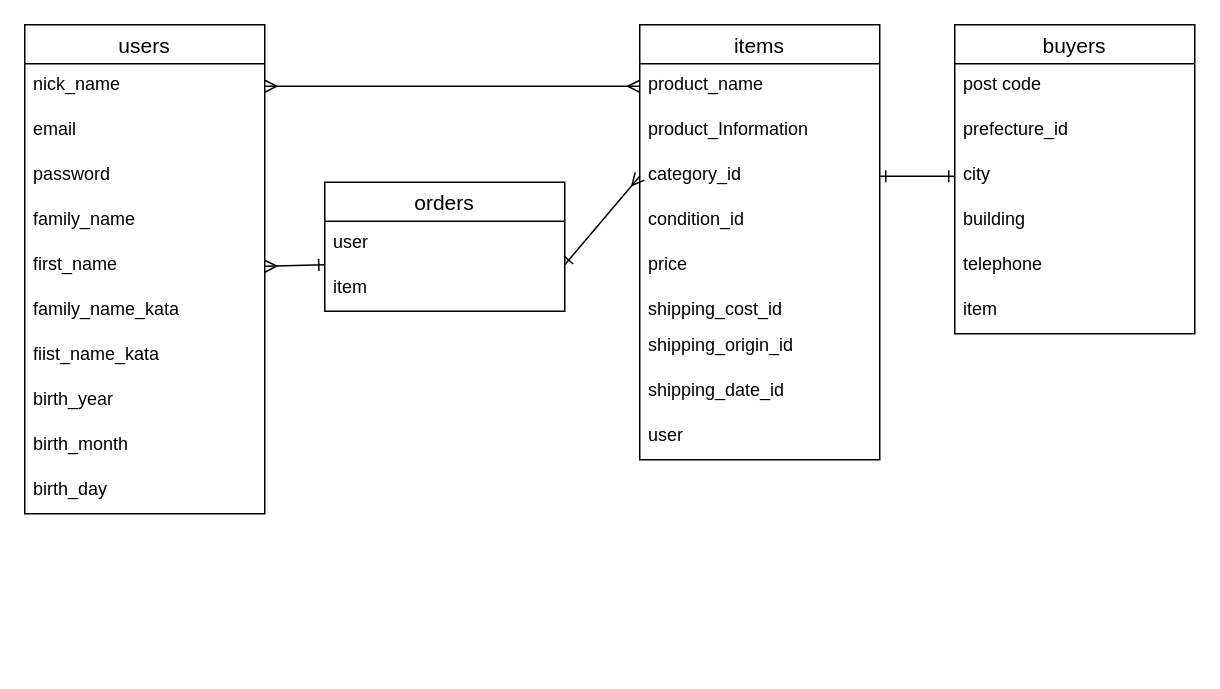
Earlier version of the draw.io diagram ER.dio (TECHSOSI/furima-41677). Source tidied: cells renumbered, new cells numbered last; positions are measured from the earlier drawing's top-left corner, leaving out a move shared by most shapes. Both pictures are drawn from the tidied source at 150%, with x=0, y=0 at pixel (24, 24).
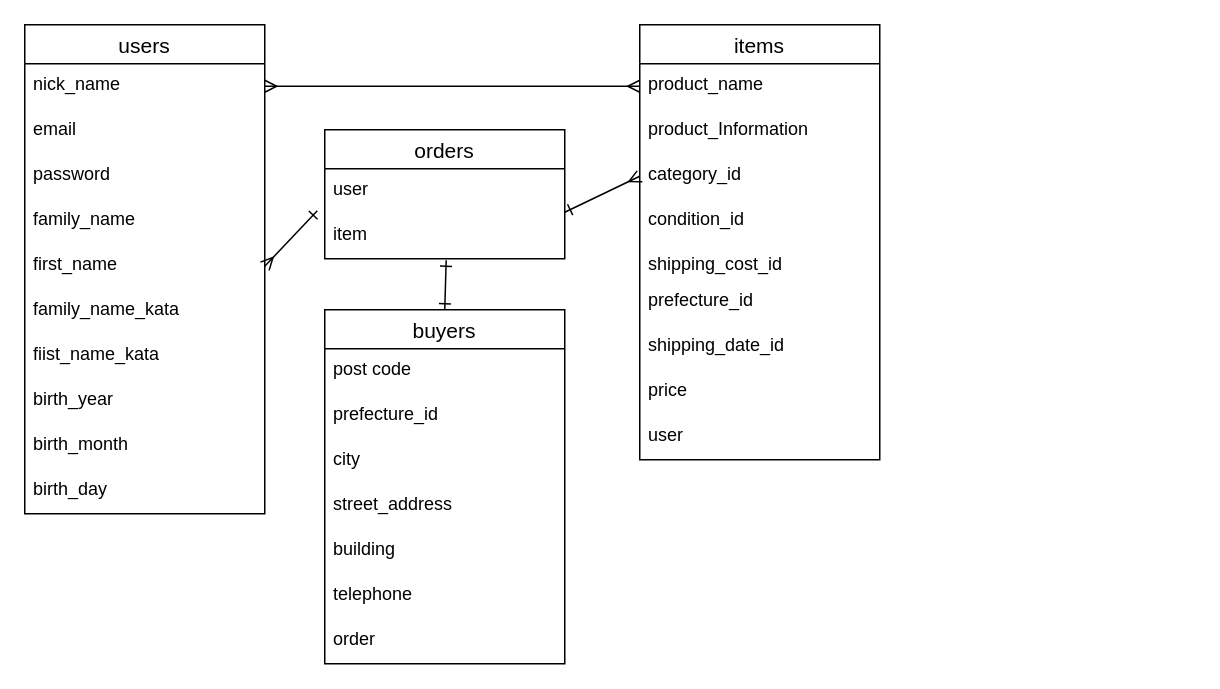
The same page after the edit.

Unchanged cells that the change refers to:
```xml
<mxCell id="7" value="first_name" style="text;strokeColor=none;fillColor=none;spacingLeft=4;spacingRight=4;overflow=hidden;points=[[0,0.5],[1,0.5]];portConstraint=eastwest;fontSize=12;" parent="2" vertex="1">
  <mxGeometry y="146" width="160" height="30" as="geometry" />
</mxCell>
<mxCell id="13" value="items" style="swimlane;fontStyle=0;horizontal=1;startSize=26;align=center;fontSize=14;" parent="1" vertex="1">
  <mxGeometry x="410" width="160" height="290" as="geometry" />
</mxCell>
<mxCell id="16" value="category_id" style="text;strokeColor=none;fillColor=none;spacingLeft=4;spacingRight=4;overflow=hidden;points=[[0,0.5],[1,0.5]];portConstraint=eastwest;fontSize=12;" parent="13" vertex="1">
  <mxGeometry y="86" width="160" height="30" as="geometry" />
</mxCell>
<mxCell id="27" value="city" style="text;strokeColor=none;fillColor=none;spacingLeft=4;spacingRight=4;overflow=hidden;points=[[0,0.5],[1,0.5]];portConstraint=eastwest;fontSize=12;" parent="24" vertex="1">
  <mxGeometry y="86" width="160" height="30" as="geometry" />
</mxCell>
<mxCell id="33" value="item" style="text;strokeColor=none;fillColor=none;spacingLeft=4;spacingRight=4;overflow=hidden;points=[[0,0.5],[1,0.5]];portConstraint=eastwest;fontSize=12;" parent="31" vertex="1">
  <mxGeometry y="56" width="160" height="30" as="geometry" />
</mxCell>
```

What changed in the source:
```diff
@@
-    <mxCell id="18" value="price" style="text;strokeColor=none;fillColor=none;spacingLeft=4;spacingRight=4;overflow=hidden;fontSize=12;" parent="13" vertex="1">
-      <mxGeometry y="146" width="160" height="30" as="geometry" />
-    </mxCell>
     <mxCell id="19" value="shipping_cost_id" style="text;strokeColor=none;fillColor=none;spacingLeft=4;spacingRight=4;overflow=hidden;fontSize=12;" parent="13" vertex="1">
-      <mxGeometry y="176" width="160" height="24" as="geometry" />
+      <mxGeometry y="146" width="160" height="24" as="geometry" />
     </mxCell>
-    <mxCell id="20" value="shipping_origin_id" style="text;strokeColor=none;fillColor=none;spacingLeft=4;spacingRight=4;overflow=hidden;fontSize=12;" parent="13" vertex="1">
-      <mxGeometry y="200" width="160" height="30" as="geometry" />
+    <mxCell id="20" value="prefecture_id" style="text;strokeColor=none;fillColor=none;spacingLeft=4;spacingRight=4;overflow=hidden;fontSize=12;" parent="13" vertex="1">
+      <mxGeometry y="170" width="160" height="30" as="geometry" />
     </mxCell>
     <mxCell id="21" value="shipping_date_id" style="text;strokeColor=none;fillColor=none;spacingLeft=4;spacingRight=4;overflow=hidden;fontSize=12;" parent="13" vertex="1">
-      <mxGeometry y="230" width="160" height="30" as="geometry" />
+      <mxGeometry y="200" width="160" height="30" as="geometry" />
     </mxCell>
+    <mxCell id="18" value="price" style="text;strokeColor=none;fillColor=none;spacingLeft=4;spacingRight=4;overflow=hidden;fontSize=12;" parent="13" vertex="1">
+      <mxGeometry y="230" width="160" height="30" as="geometry" />
+    </mxCell>
@@
     <mxCell id="24" value="buyers" style="swimlane;fontStyle=0;horizontal=1;startSize=26;align=center;fontSize=14;" parent="1" vertex="1">
-      <mxGeometry x="620" width="160" height="206" as="geometry" />
+      <mxGeometry x="200" y="190" width="160" height="236" as="geometry" />
     </mxCell>
@@
+    <mxCell id="37" value="street_address" style="text;strokeColor=none;fillColor=none;spacingLeft=4;spacingRight=4;overflow=hidden;fontSize=12;" parent="24" vertex="1">
+      <mxGeometry y="116" width="160" height="30" as="geometry" />
+    </mxCell>
     <mxCell id="28" value="building" style="text;strokeColor=none;fillColor=none;spacingLeft=4;spacingRight=4;overflow=hidden;fontSize=12;" parent="24" vertex="1">
-      <mxGeometry y="116" width="160" height="30" as="geometry" />
+      <mxGeometry y="146" width="160" height="30" as="geometry" />
     </mxCell>
     <mxCell id="29" value="telephone" style="text;strokeColor=none;fillColor=none;spacingLeft=4;spacingRight=4;overflow=hidden;fontSize=12;" parent="24" vertex="1">
-      <mxGeometry y="146" width="160" height="30" as="geometry" />
+      <mxGeometry y="176" width="160" height="30" as="geometry" />
     </mxCell>
-    <mxCell id="30" value="item" style="text;strokeColor=none;fillColor=none;spacingLeft=4;spacingRight=4;overflow=hidden;fontSize=12;" parent="24" vertex="1">
-      <mxGeometry y="176" width="160" height="30" as="geometry" />
+    <mxCell id="30" value="order" style="text;strokeColor=none;fillColor=none;spacingLeft=4;spacingRight=4;overflow=hidden;fontSize=12;" parent="24" vertex="1">
+      <mxGeometry y="206" width="160" height="30" as="geometry" />
     </mxCell>
     <mxCell id="31" value="orders" style="swimlane;fontStyle=0;horizontal=1;startSize=26;align=center;fontSize=14;" parent="1" vertex="1">
-      <mxGeometry x="200" y="105" width="160" height="86" as="geometry" />
+      <mxGeometry x="200" y="70" width="160" height="86" as="geometry" />
     </mxCell>
@@
-    <mxCell id="34" style="edgeStyle=none;html=1;startArrow=ERmany;startFill=0;endArrow=ERone;endFill=0;exitX=1;exitY=0.5;exitDx=0;exitDy=0;" parent="1" edge="1" source="7">
-      <mxGeometry relative="1" as="geometry">
-        <mxPoint x="200" y="160" as="targetPoint" />
-      </mxGeometry>
+    <mxCell id="34" style="edgeStyle=none;html=1;startArrow=ERmany;startFill=0;endArrow=ERone;endFill=0;exitX=1;exitY=0.5;exitDx=0;exitDy=0;entryX=-0.031;entryY=-0.067;entryDx=0;entryDy=0;entryPerimeter=0;" parent="1" edge="1" source="7" target="33">
+      <mxGeometry relative="1" as="geometry" />
     </mxCell>
-    <mxCell id="35" style="edgeStyle=none;html=1;startArrow=ERmany;startFill=0;endArrow=ERone;endFill=0;exitX=0;exitY=0.5;exitDx=0;exitDy=0;" parent="1" edge="1" source="16">
-      <mxGeometry relative="1" as="geometry">
-        <mxPoint x="360" y="160" as="targetPoint" />
-        <Array as="points">
-          <mxPoint x="360" y="160" />
-        </Array>
-      </mxGeometry>
-    </mxCell>
-    <mxCell id="36" style="edgeStyle=none;html=1;endArrow=ERone;endFill=0;startArrow=ERone;startFill=0;entryX=0;entryY=0.5;entryDx=0;entryDy=0;exitX=1;exitY=0.5;exitDx=0;exitDy=0;" parent="1" edge="1" source="16" target="27">
+    <mxCell id="36" style="edgeStyle=none;html=1;endArrow=ERone;endFill=0;startArrow=ERone;startFill=0;entryX=0.5;entryY=0;entryDx=0;entryDy=0;exitX=0.506;exitY=1.033;exitDx=0;exitDy=0;exitPerimeter=0;" parent="1" edge="1" source="33" target="24">
       <mxGeometry relative="1" as="geometry" />
     </mxCell>
+    <mxCell id="38" style="edgeStyle=none;html=1;startArrow=ERmany;startFill=0;endArrow=ERone;endFill=0;exitX=0;exitY=0.5;exitDx=0;exitDy=0;entryX=1;entryY=-0.033;entryDx=0;entryDy=0;entryPerimeter=0;" parent="1" edge="1" source="16" target="33">
+      <mxGeometry relative="1" as="geometry" />
+    </mxCell>
```
